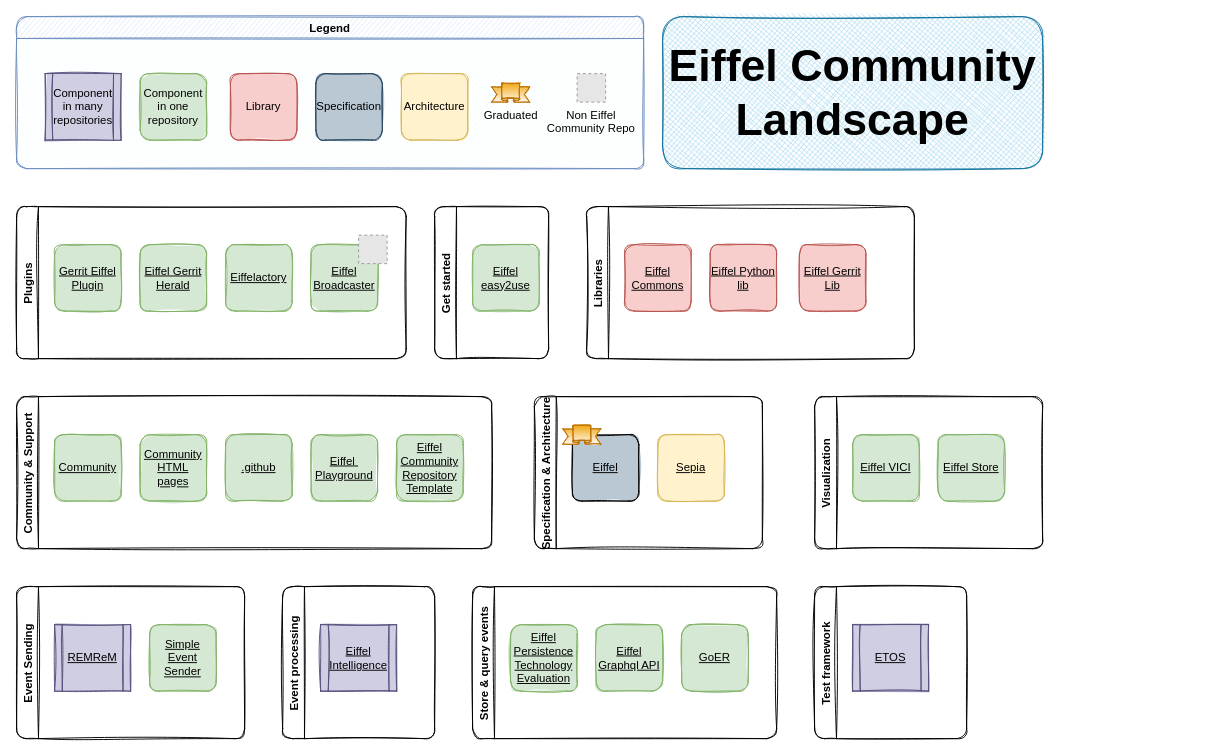
Above: src/landscape.drawio in eiffel-community/eiffel-community.github.io (draw.io), before the change. Source tidied: cells renumbered, new cells numbered last; positions are measured from the earlier drawing's top-left corner, leaving out a move shared by most shapes. Both pictures are drawn from the tidied source at 95%, with x=0, y=0 at pixel (16, 16). Pictures stored in the file or linked from it are replaced by grey dashed boxes.
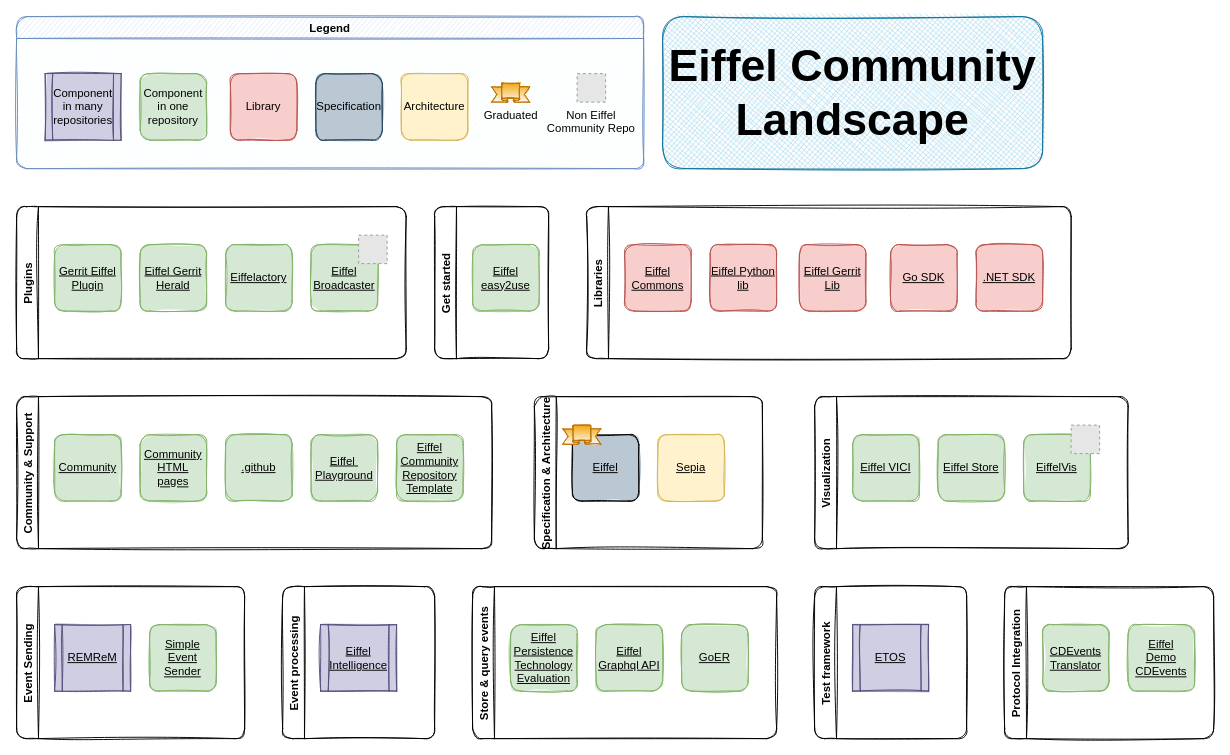
The same diagram, later.

Commit message (it also covers changes not shown here):
Add new projects to the Eiffel landscape (#52)

* Add new projects to the Eiffel landscape

- GO SDK
- .NET SDK
- EiffelVis
- CDEvents translator
- Eiffel Demo CDEvents

Diff of the diagram source:
```diff
@@
     <mxCell id="20" value="Visualization" style="swimlane;horizontal=0;rounded=1;sketch=1;" parent="1" vertex="1">
-      <mxGeometry x="840" y="400" width="240" height="160" as="geometry" />
+      <mxGeometry x="840" y="400" width="330" height="160" as="geometry" />
     </mxCell>
@@
+    <mxCell id="47" value="&lt;u&gt;EiffelVis&lt;/u&gt;" style="whiteSpace=wrap;html=1;sketch=1;rounded=1;fillColor=#d5e8d4;strokeColor=#82b366;fillStyle=solid;" parent="20" vertex="1">
+      <mxGeometry x="220" y="40" width="70" height="70" as="geometry" />
+    </mxCell>
+    <mxCell id="48" style="fillColor=#E6E6E6;strokeColor=#999999;dashed=1;verticalLabelPosition=bottom;verticalAlign=top;fontColor=#007FFF;" parent="20" vertex="1">
+      <mxGeometry x="270" y="30" width="30" height="30" as="geometry" />
+    </mxCell>
@@
     <mxCell id="33" value="Libraries" style="swimlane;horizontal=0;rounded=1;sketch=1;" parent="1" vertex="1">
-      <mxGeometry x="600" y="200" width="345" height="160" as="geometry" />
+      <mxGeometry x="600" y="200" width="510" height="160" as="geometry" />
     </mxCell>
@@
+    <mxCell id="49" value="&lt;u&gt;Go SDK&lt;/u&gt;" style="whiteSpace=wrap;html=1;sketch=1;rounded=1;fillColor=#f8cecc;strokeColor=#b85450;fillStyle=solid;" parent="33" vertex="1">
+      <mxGeometry x="320" y="40" width="70" height="70" as="geometry" />
+    </mxCell>
+    <mxCell id="50" value="&lt;u&gt;.NET SDK&lt;br&gt;&lt;/u&gt;" style="whiteSpace=wrap;html=1;sketch=1;rounded=1;fillColor=#f8cecc;strokeColor=#b85450;fillStyle=solid;" parent="33" vertex="1">
+      <mxGeometry x="410" y="40" width="70" height="70" as="geometry" />
+    </mxCell>
@@
+    <mxCell id="51" value="Protocol Integration" style="swimlane;horizontal=0;rounded=1;sketch=1;" parent="1" vertex="1">
+      <mxGeometry x="1040" y="600" width="220" height="160" as="geometry" />
+    </mxCell>
+    <mxCell id="52" value="&lt;u&gt;CDEvents&lt;br&gt;Translator&lt;br&gt;&lt;/u&gt;" style="whiteSpace=wrap;html=1;sketch=1;rounded=1;fillColor=#d5e8d4;strokeColor=#82b366;fillStyle=solid;" parent="51" vertex="1">
+      <mxGeometry x="40" y="40" width="70" height="70" as="geometry" />
+    </mxCell>
+    <mxCell id="53" value="&lt;u&gt;Eiffel&lt;br&gt;Demo&lt;br&gt;CDEvents&lt;br&gt;&lt;/u&gt;" style="whiteSpace=wrap;html=1;sketch=1;rounded=1;fillColor=#d5e8d4;strokeColor=#82b366;fillStyle=solid;" parent="51" vertex="1">
+      <mxGeometry x="130" y="40" width="70" height="70" as="geometry" />
+    </mxCell>
```
